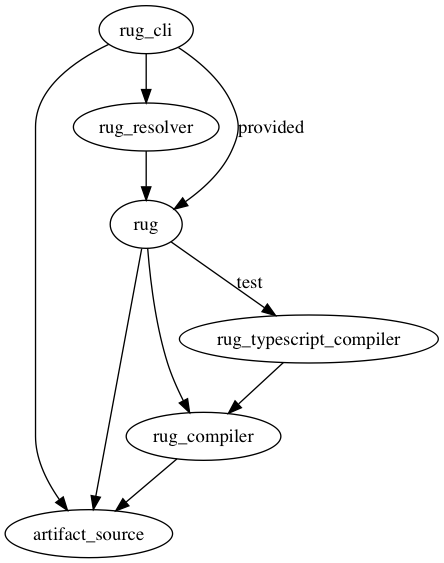
jessitron/org-dep-graph keeps this Graphviz diagram as atomist.png. Above is the earlier version. Its source is kept beside it as atomist.dot.
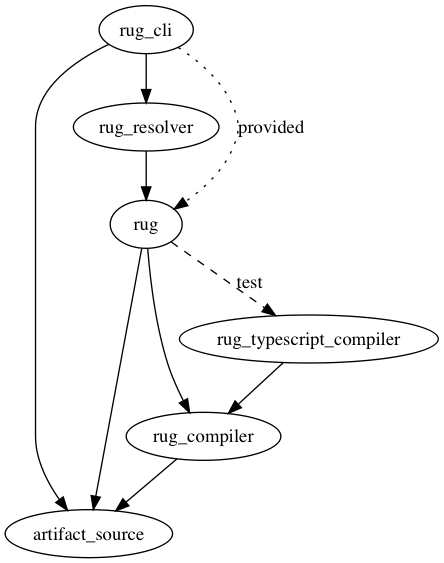
After the commit.

Change to the diagram source:
```diff
@@ -1,11 +1,11 @@
 digraph atomist {
-rug_cli -> artifact_source;
-rug_cli -> rug_resolver;
-rug_cli -> rug [label="provided"];
-rug -> artifact_source;
-rug -> rug_compiler;
-rug -> rug_typescript_compiler [label="test"];
-rug_resolver -> rug;
-rug_typescript_compiler -> rug_compiler;
-rug_compiler -> artifact_source;
+rug_cli -> artifact_source [];
+rug_cli -> rug_resolver [];
+rug_cli -> rug [label="provided",style="dotted"];
+rug -> artifact_source [];
+rug -> rug_compiler [];
+rug -> rug_typescript_compiler [label="test",style="dashed"];
+rug_resolver -> rug [];
+rug_typescript_compiler -> rug_compiler [];
+rug_compiler -> artifact_source [];
 }
```
